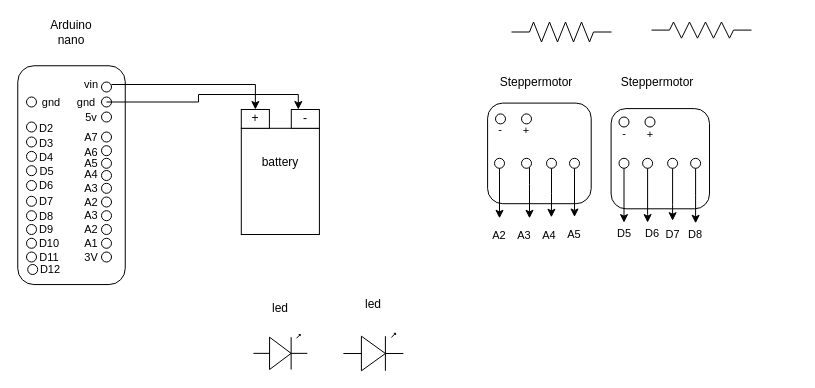
This is Untitled Diagram.drawio from ChaimaeBen/arduinoRobot, a draw.io file, before an edit. Source tidied: cells renumbered, new cells numbered last; positions are measured from the earlier drawing's top-left corner, leaving out a move shared by most shapes. Both pictures are drawn from the tidied source at 100%, with x=0, y=0 at pixel (-38, 22).
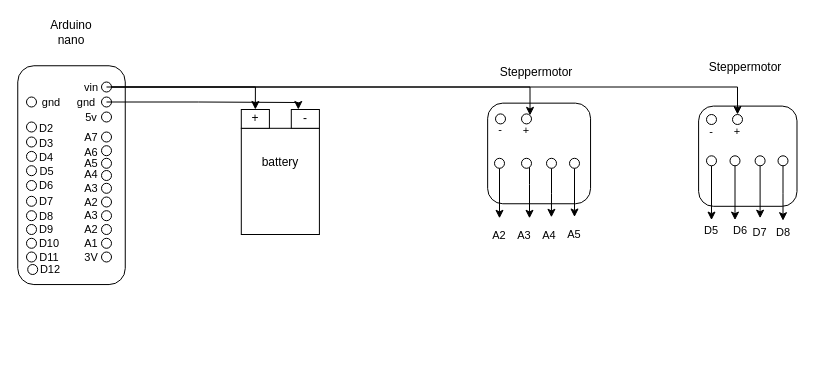
Above is the later version.

The change refers to these unchanged cells:
```xml
<mxCell id="8" style="ellipse;whiteSpace=wrap;html=1;" parent="1" vertex="1">
  <mxGeometry x="139" y="59.5" width="10" height="10" as="geometry" />
</mxCell>
<mxCell id="14" value="gnd" style="text;html=1;strokeColor=none;fillColor=none;align=center;verticalAlign=middle;whiteSpace=wrap;rounded=0;fontSize=11;" parent="1" vertex="1">
  <mxGeometry x="104" y="69.5" width="40" height="20" as="geometry" />
</mxCell>
<mxCell id="92" style="rounded=0;whiteSpace=wrap;html=1;" parent="1" vertex="1">
  <mxGeometry x="328.8" y="87" width="28.1" height="18.8" as="geometry" />
</mxCell>
<mxCell id="97" style="ellipse;whiteSpace=wrap;html=1;spacingTop=-8;" parent="1" vertex="1">
  <mxGeometry x="559" y="91.4" width="10" height="10" as="geometry" />
</mxCell>
```

Change to the diagram source:
```diff
@@
-    <mxCell id="2" style="verticalLabelPosition=bottom;shadow=0;dashed=0;align=center;html=1;verticalAlign=top;shape=mxgraph.electrical.opto_electronics.led_1;" parent="1" vertex="1">
-      <mxGeometry x="290.9" y="312" width="53.9" height="35" as="geometry" />
-    </mxCell>
-    <mxCell id="3" style="verticalLabelPosition=bottom;shadow=0;dashed=0;align=center;html=1;verticalAlign=top;shape=mxgraph.electrical.opto_electronics.led_1;" parent="1" vertex="1">
-      <mxGeometry x="380.9" y="310.8" width="60" height="37.5" as="geometry" />
-    </mxCell>
-    <mxCell id="4" style="verticalLabelPosition=bottom;shadow=0;dashed=0;align=center;html=1;verticalAlign=top;shape=mxgraph.electrical.resistors.resistor_2;" parent="1" vertex="1">
-      <mxGeometry x="549" y="-0.5" width="100" height="20" as="geometry" />
-    </mxCell>
-    <mxCell id="5" style="verticalLabelPosition=bottom;shadow=0;dashed=0;align=center;html=1;verticalAlign=top;shape=mxgraph.electrical.resistors.resistor_2;" parent="1" vertex="1">
-      <mxGeometry x="689" y="-0.5" width="100" height="16.2" as="geometry" />
-    </mxCell>
@@
     <mxCell id="7" style="rounded=1;whiteSpace=wrap;html=1;rotation=-90;" parent="1" vertex="1">
-      <mxGeometry x="526.6" y="79.1" width="100.6" height="103.6" as="geometry" />
+      <mxGeometry x="526.3" y="79.5" width="100.6" height="102.9" as="geometry" />
     </mxCell>
+    <mxCell id="104" style="edgeStyle=orthogonalEdgeStyle;rounded=0;jettySize=auto;html=1;entryX=1;entryY=0;entryDx=0;entryDy=0;" parent="1" edge="1" source="8" target="97">
+      <mxGeometry relative="1" as="geometry">
+        <Array as="points">
+          <mxPoint x="568" y="64" />
+        </Array>
+      </mxGeometry>
+    </mxCell>
@@
     <mxCell id="12" value="&lt;font style=&quot;font-size: 11px&quot;&gt;vin&lt;/font&gt;" style="text;html=1;strokeColor=none;fillColor=none;align=center;verticalAlign=middle;whiteSpace=wrap;rounded=0;" parent="1" vertex="1">
-      <mxGeometry x="109" y="52" width="40" height="20" as="geometry" />
+      <mxGeometry x="114" y="54.5" width="30" height="20" as="geometry" />
     </mxCell>
     <mxCell id="13" style="edgeStyle=orthogonalEdgeStyle;rounded=0;jettySize=auto;html=1;entryX=0.25;entryY=0;entryDx=0;entryDy=0;" parent="1" edge="1" source="14" target="92">
       <mxGeometry relative="1" as="geometry">
         <Array as="points">
           <mxPoint x="236" y="80" />
-          <mxPoint x="236" y="72" />
-          <mxPoint x="336" y="72" />
+          <mxPoint x="336" y="80" />
         </Array>
       </mxGeometry>
     </mxCell>
@@
     <mxCell id="17" value="Steppermotor" style="text;html=1;strokeColor=none;fillColor=none;align=center;verticalAlign=middle;whiteSpace=wrap;rounded=0;" parent="1" vertex="1">
-      <mxGeometry x="554.1" y="49.5" width="40" height="20" as="geometry" />
+      <mxGeometry x="554.1" y="39.5" width="40" height="20" as="geometry" />
     </mxCell>
     <mxCell id="18" value="Steppermotor" style="text;html=1;strokeColor=none;fillColor=none;align=center;verticalAlign=middle;whiteSpace=wrap;rounded=0;" parent="1" vertex="1">
-      <mxGeometry x="675.1" y="49.5" width="40" height="20" as="geometry" />
+      <mxGeometry x="762.6" y="34.5" width="40" height="20" as="geometry" />
     </mxCell>
-    <mxCell id="19" value="led" style="text;html=1;strokeColor=none;fillColor=none;align=center;verticalAlign=middle;whiteSpace=wrap;rounded=0;" parent="1" vertex="1">
-      <mxGeometry x="297.8" y="275.8" width="40" height="20" as="geometry" />
-    </mxCell>
-    <mxCell id="20" value="led" style="text;html=1;strokeColor=none;fillColor=none;align=center;verticalAlign=middle;whiteSpace=wrap;rounded=0;" parent="1" vertex="1">
-      <mxGeometry x="390.9" y="272" width="40" height="20" as="geometry" />
-    </mxCell>
@@
     <mxCell id="77" style="rounded=1;whiteSpace=wrap;html=1;rotation=-90;" parent="1" vertex="1">
-      <mxGeometry x="647.7" y="87" width="100.2" height="98.4" as="geometry" />
+      <mxGeometry x="735.2" y="84.5" width="100.2" height="98.4" as="geometry" />
     </mxCell>
@@
     <mxCell id="79" style="ellipse;whiteSpace=wrap;html=1;spacingTop=-8;" parent="1" vertex="1">
-      <mxGeometry x="656.5" y="135.8" width="10" height="10" as="geometry" />
+      <mxGeometry x="744" y="133.3" width="10" height="10" as="geometry" />
     </mxCell>
     <mxCell id="80" style="edgeStyle=orthogonalEdgeStyle;rounded=0;jettySize=auto;html=1;" parent="1" edge="1" source="81" target="83">
       <mxGeometry relative="1" as="geometry">
         <Array as="points">
-          <mxPoint x="685" y="192" />
-          <mxPoint x="685" y="192" />
+          <mxPoint x="772.5" y="189.5" />
+          <mxPoint x="772.5" y="189.5" />
         </Array>
       </mxGeometry>
     </mxCell>
     <mxCell id="81" style="ellipse;whiteSpace=wrap;html=1;spacingTop=-8;" parent="1" vertex="1">
-      <mxGeometry x="680.1" y="135.8" width="10" height="10" as="geometry" />
+      <mxGeometry x="767.5" y="133.3" width="10" height="10" as="geometry" />
     </mxCell>
     <mxCell id="82" value="D5" style="text;html=1;strokeColor=none;fillColor=none;align=center;verticalAlign=middle;whiteSpace=wrap;rounded=0;fontSize=11;" parent="1" vertex="1">
-      <mxGeometry x="641.5" y="200.1" width="40" height="21.2" as="geometry" />
+      <mxGeometry x="729" y="197.6" width="40" height="21.2" as="geometry" />
     </mxCell>
     <mxCell id="83" value="D6" style="text;html=1;strokeColor=none;fillColor=none;align=center;verticalAlign=middle;whiteSpace=wrap;rounded=0;fontSize=11;" parent="1" vertex="1">
-      <mxGeometry x="670.1" y="200.1" width="40" height="21.2" as="geometry" />
+      <mxGeometry x="757.6" y="197.6" width="40" height="21.2" as="geometry" />
     </mxCell>
     <mxCell id="84" style="edgeStyle=orthogonalEdgeStyle;rounded=0;jettySize=auto;html=1;" parent="1" edge="1" source="85" target="86">
       <mxGeometry relative="1" as="geometry">
         <Array as="points">
-          <mxPoint x="710" y="182" />
-          <mxPoint x="710" y="182" />
+          <mxPoint x="797.5" y="179.5" />
+          <mxPoint x="797.5" y="179.5" />
         </Array>
       </mxGeometry>
     </mxCell>
     <mxCell id="85" style="ellipse;whiteSpace=wrap;html=1;spacingTop=-8;" parent="1" vertex="1">
-      <mxGeometry x="705.1" y="135.8" width="10" height="10" as="geometry" />
+      <mxGeometry x="792.6" y="133.3" width="10" height="10" as="geometry" />
     </mxCell>
     <mxCell id="86" value="&lt;br&gt;D7" style="text;html=1;strokeColor=none;fillColor=none;align=center;verticalAlign=middle;whiteSpace=wrap;rounded=0;fontSize=11;" parent="1" vertex="1">
-      <mxGeometry x="690.7" y="198.2" width="38.9" height="13.8" as="geometry" />
+      <mxGeometry x="778.2" y="195.7" width="38.9" height="13.8" as="geometry" />
     </mxCell>
     <mxCell id="87" style="edgeStyle=orthogonalEdgeStyle;rounded=0;jettySize=auto;html=1;" parent="1" edge="1" source="88">
       <mxGeometry relative="1" as="geometry">
-        <mxPoint x="733.1" y="200.8" as="targetPoint" />
+        <mxPoint x="820.5" y="198.2" as="targetPoint" />
       </mxGeometry>
     </mxCell>
     <mxCell id="88" style="ellipse;whiteSpace=wrap;html=1;spacingTop=-8;" parent="1" vertex="1">
-      <mxGeometry x="728.1" y="135.8" width="10" height="10" as="geometry" />
+      <mxGeometry x="815.5" y="133.3" width="10" height="10" as="geometry" />
     </mxCell>
     <mxCell id="89" value="&lt;br&gt;D8" style="text;html=1;strokeColor=none;fillColor=none;align=center;verticalAlign=middle;whiteSpace=wrap;rounded=0;fontSize=11;" parent="1" vertex="1">
-      <mxGeometry x="720" y="198.2" width="26.1" height="13.8" as="geometry" />
+      <mxGeometry x="807.5" y="195.7" width="26.1" height="13.8" as="geometry" />
     </mxCell>
@@
     <mxCell id="98" style="ellipse;whiteSpace=wrap;html=1;spacingTop=-8;" parent="1" vertex="1">
-      <mxGeometry x="656.5" y="94.5" width="10" height="10" as="geometry" />
+      <mxGeometry x="744" y="92" width="10" height="10" as="geometry" />
     </mxCell>
     <mxCell id="99" style="ellipse;whiteSpace=wrap;html=1;spacingTop=-8;" parent="1" vertex="1">
-      <mxGeometry x="682.5" y="94.5" width="10" height="10" as="geometry" />
+      <mxGeometry x="770" y="92" width="10" height="10" as="geometry" />
     </mxCell>
@@
     <mxCell id="102" value="-" style="text;html=1;strokeColor=none;fillColor=none;align=center;verticalAlign=middle;whiteSpace=wrap;rounded=0;fontSize=11;" parent="1" vertex="1">
-      <mxGeometry x="641.5" y="103.2" width="40" height="16.2" as="geometry" />
+      <mxGeometry x="729" y="100.7" width="40" height="16.2" as="geometry" />
     </mxCell>
     <mxCell id="103" value="+" style="text;html=1;strokeColor=none;fillColor=none;align=center;verticalAlign=middle;whiteSpace=wrap;rounded=0;fontSize=11;" parent="1" vertex="1">
-      <mxGeometry x="667.6" y="103.9" width="40" height="16.2" as="geometry" />
+      <mxGeometry x="755" y="101.3" width="40" height="16.2" as="geometry" />
     </mxCell>
+    <mxCell id="105" style="edgeStyle=orthogonalEdgeStyle;rounded=0;jettySize=auto;html=1;entryX=0.5;entryY=0;entryDx=0;entryDy=0;" parent="1" edge="1" source="8" target="99">
+      <mxGeometry relative="1" as="geometry" />
+    </mxCell>
```
